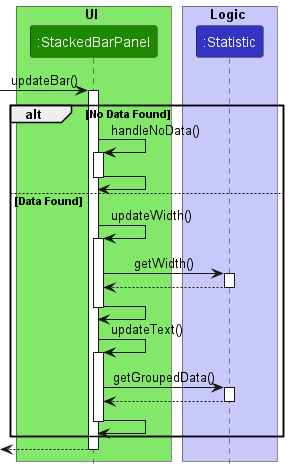
Before: docs/images/BarChartSequenceDiagram.png, a diagram exported from PlantUML (nus-cs2103-AY2223S1/tp).
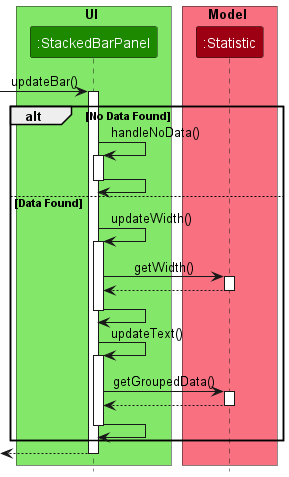
Above is the later version.

Commit message:
Fix Bar Chart Sequence Diagram

Change to the diagram source:
```diff
@@ -5,8 +5,8 @@
 participant ":StackedBarPanel" as StackedBarPanel UI_COLOR
 end box
 
-box Logic LOGIC_COLOR_T1
-participant ":Statistic" as Statistic LOGIC_COLOR
+box Model MODEL_COLOR_T1
+participant ":Statistic" as Statistic MODEL_COLOR
 
 end box
 [-> StackedBarPanel : updateBar()
```
